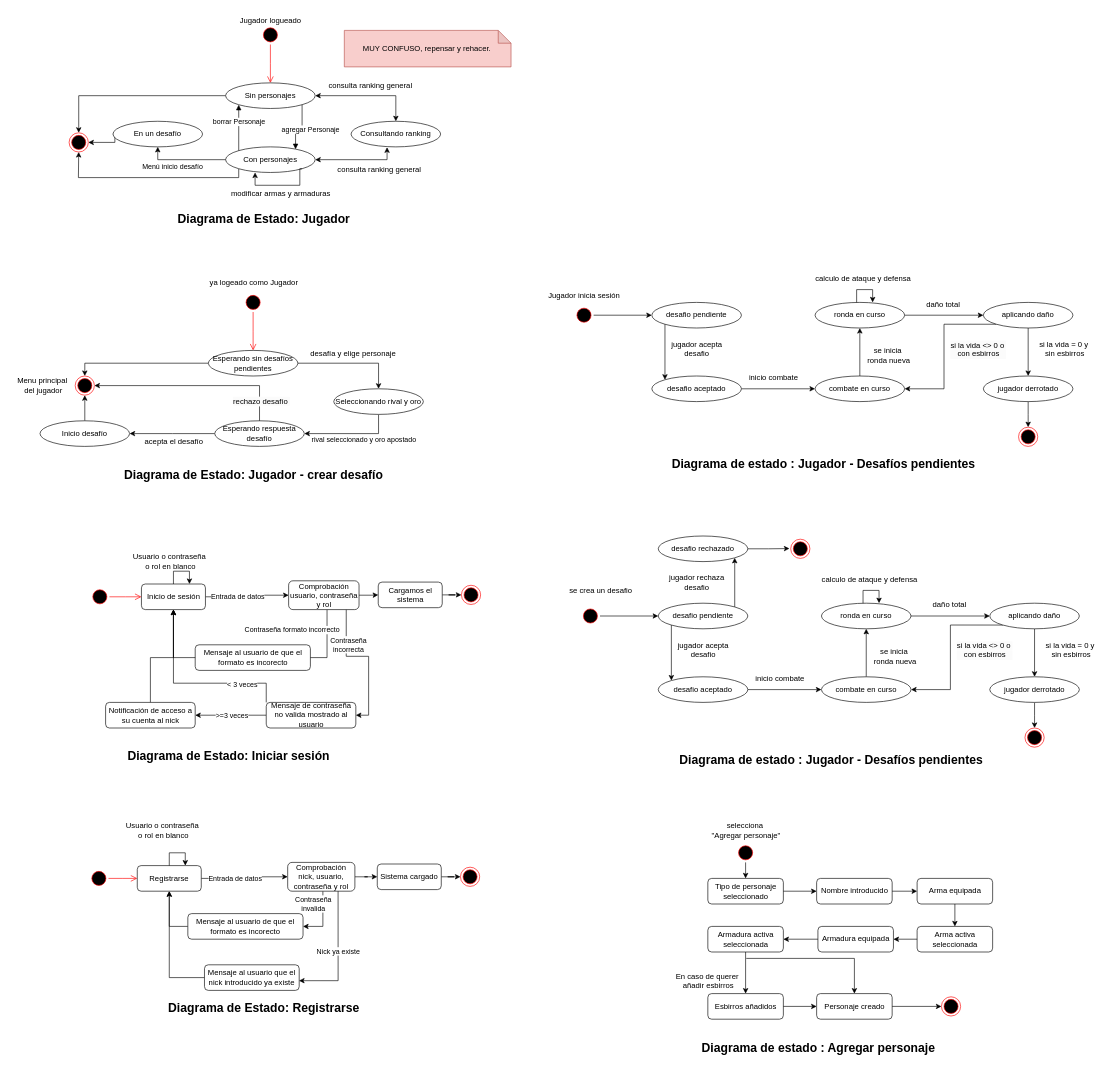
Jordigb44/Grupo3MP keeps this draw.io diagram as page "2aPt - Diagrama de Estados" (4 of 6) of Grupo3MetodologiaProgramacion.drawio. Above is the earlier version. Source tidied: cells renumbered, new cells numbered last; positions are measured from the earlier drawing's top-left corner, leaving out a move shared by most shapes. Both pictures are drawn from the tidied source at 64%, with x=0, y=0 at pixel (11, 11).
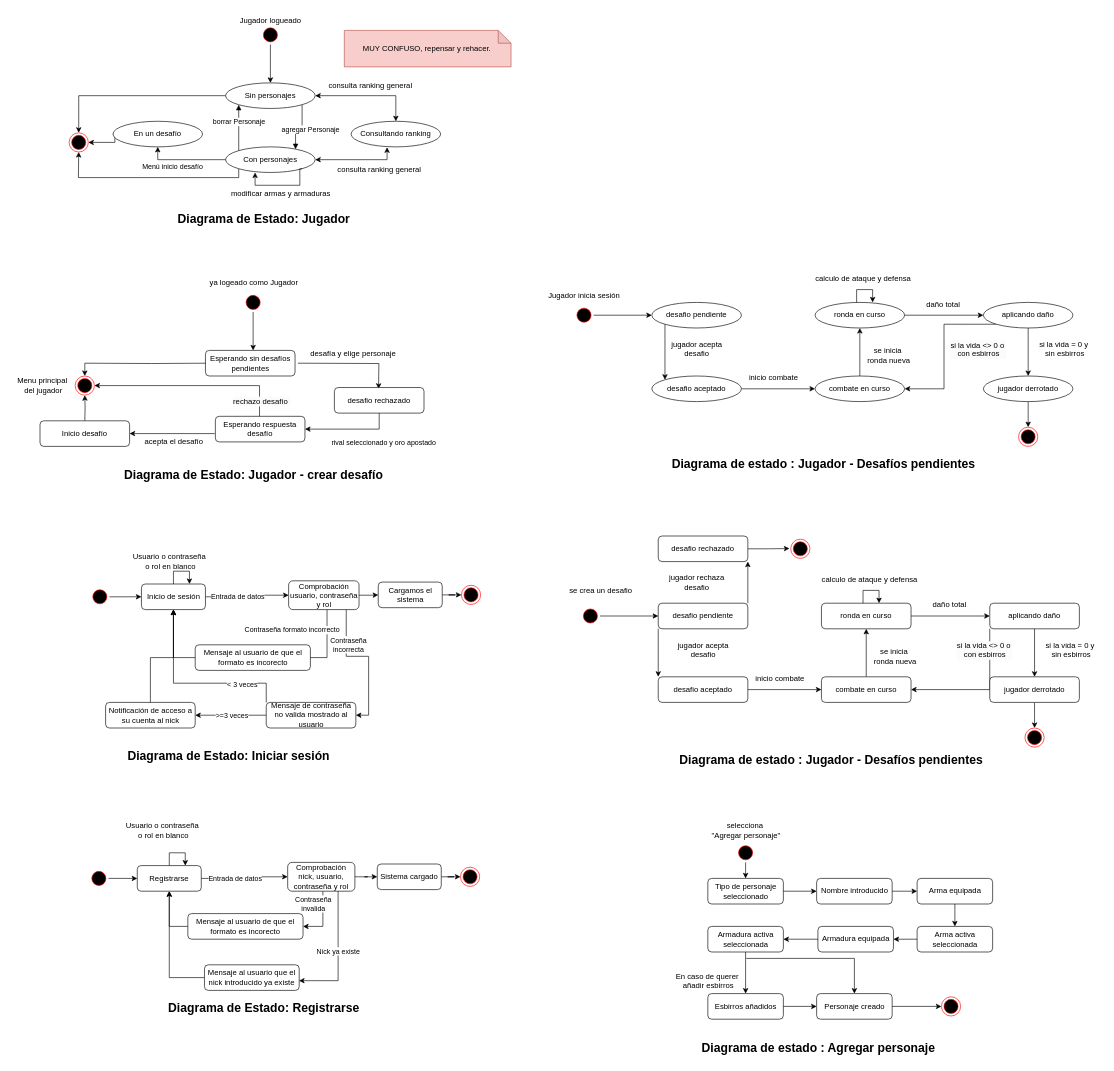
The same page after the edit.

Unchanged cells that the change refers to:
```xml
<mxCell id="2" style="ellipse;html=1;shape=startState;fillColor=#000000;strokeColor=#ff0000;" parent="1" vertex="1">
  <mxGeometry x="123.5" y="900" width="30" height="30" as="geometry" />
</mxCell>
<mxCell id="6" value="Inicio de sesión" style="whiteSpace=wrap;html=1;rounded=1;" parent="1" vertex="1">
  <mxGeometry x="203.5" y="895" width="100" height="40" as="geometry" />
</mxCell>
<mxCell id="19" style="ellipse;html=1;shape=startState;fillColor=#000000;strokeColor=#ff0000;" parent="1" vertex="1">
  <mxGeometry x="122" y="1340" width="30" height="30" as="geometry" />
</mxCell>
<mxCell id="23" value="Registrarse" style="whiteSpace=wrap;html=1;rounded=1;" parent="1" vertex="1">
  <mxGeometry x="197" y="1335" width="100" height="40" as="geometry" />
</mxCell>
<mxCell id="48" style="ellipse;html=1;shape=startState;fillColor=#000000;strokeColor=#ff0000;" parent="1" vertex="1">
  <mxGeometry x="390" y="22" width="30" height="30" as="geometry" />
</mxCell>
<mxCell id="52" value="Sin personajes" style="ellipse;whiteSpace=wrap;html=1;" parent="1" vertex="1">
  <mxGeometry x="335" y="112" width="140" height="40" as="geometry" />
</mxCell>
<mxCell id="70" style="ellipse;html=1;shape=startState;fillColor=#000000;strokeColor=#ff0000;" parent="1" vertex="1">
  <mxGeometry x="363" y="440" width="30" height="30" as="geometry" />
</mxCell>
<mxCell id="88" style="ellipse;html=1;shape=endState;fillColor=#000000;strokeColor=#ff0000;" parent="1" vertex="1">
  <mxGeometry x="100" y="570" width="30" height="30" as="geometry" />
</mxCell>
```

The edit, as a diff of the source:
```diff
@@
+    <mxCell id="171" style="edgeStyle=orthogonalEdgeStyle;rounded=0;jettySize=auto;html=1;exitX=1;exitY=0.5;exitDx=0;exitDy=0;entryX=0;entryY=0.5;entryDx=0;entryDy=0;" parent="1" edge="1" source="2" target="6">
+      <mxGeometry relative="1" as="geometry" />
+    </mxCell>
@@
-    <mxCell id="3" style="edgeStyle=orthogonalEdgeStyle;html=1;verticalAlign=bottom;endArrow=open;endSize=8;strokeColor=#ff0000;rounded=0;" parent="1" edge="1" source="2">
-      <mxGeometry relative="1" as="geometry">
-        <mxPoint x="203.5" y="915" as="targetPoint" />
-      </mxGeometry>
-    </mxCell>
@@
+    <mxCell id="172" style="edgeStyle=orthogonalEdgeStyle;rounded=0;jettySize=auto;html=1;" parent="1" edge="1" source="19" target="23">
+      <mxGeometry relative="1" as="geometry" />
+    </mxCell>
@@
-    <mxCell id="20" style="edgeStyle=orthogonalEdgeStyle;html=1;verticalAlign=bottom;endArrow=open;endSize=8;strokeColor=#ff0000;rounded=0;" parent="1" edge="1" source="19">
-      <mxGeometry relative="1" as="geometry">
-        <mxPoint x="197" y="1355" as="targetPoint" />
-      </mxGeometry>
-    </mxCell>
@@
+    <mxCell id="173" style="edgeStyle=orthogonalEdgeStyle;rounded=0;jettySize=auto;html=1;" parent="1" edge="1" source="48" target="52">
+      <mxGeometry relative="1" as="geometry" />
+    </mxCell>
@@
-    <mxCell id="49" style="edgeStyle=orthogonalEdgeStyle;html=1;verticalAlign=bottom;endArrow=open;endSize=8;strokeColor=#ff0000;rounded=0;exitX=0.5;exitY=1;exitDx=0;exitDy=0;" parent="1" edge="1" source="48">
-      <mxGeometry relative="1" as="geometry">
-        <mxPoint x="405" y="112" as="targetPoint" />
-      </mxGeometry>
-    </mxCell>
@@
+    <mxCell id="174" style="edgeStyle=orthogonalEdgeStyle;rounded=0;jettySize=auto;html=1;exitX=0.5;exitY=1;exitDx=0;exitDy=0;entryX=0.5;entryY=0;entryDx=0;entryDy=0;" parent="1" edge="1" source="70">
+      <mxGeometry relative="1" as="geometry">
+        <mxPoint x="378" y="530" as="targetPoint" />
+      </mxGeometry>
+    </mxCell>
@@
-    <mxCell id="71" style="edgeStyle=orthogonalEdgeStyle;html=1;verticalAlign=bottom;endArrow=open;endSize=8;strokeColor=#ff0000;rounded=0;exitX=0.5;exitY=1;exitDx=0;exitDy=0;" parent="1" edge="1" source="70">
-      <mxGeometry relative="1" as="geometry">
-        <mxPoint x="378" y="530" as="targetPoint" />
-      </mxGeometry>
-    </mxCell>
-    <mxCell id="72" style="edgeStyle=orthogonalEdgeStyle;rounded=0;jettySize=auto;html=1;entryX=0.5;entryY=0;entryDx=0;entryDy=0;exitX=1;exitY=0.5;exitDx=0;exitDy=0;" parent="1" edge="1" source="74" target="77">
-      <mxGeometry relative="1" as="geometry" />
+    <mxCell id="72" style="edgeStyle=orthogonalEdgeStyle;rounded=0;orthogonalLoop=1;jettySize=auto;html=1;entryX=0.5;entryY=0;entryDx=0;entryDy=0;exitX=1;exitY=0.5;exitDx=0;exitDy=0;" parent="1" edge="1">
+      <mxGeometry relative="1" as="geometry">
+        <mxPoint x="448" y="550" as="sourcePoint" />
+        <mxPoint x="574" y="590" as="targetPoint" />
+      </mxGeometry>
     </mxCell>
-    <mxCell id="73" style="edgeStyle=orthogonalEdgeStyle;rounded=0;jettySize=auto;html=1;exitX=0;exitY=0.5;exitDx=0;exitDy=0;entryX=0.5;entryY=0;entryDx=0;entryDy=0;" parent="1" edge="1" source="74" target="88">
-      <mxGeometry relative="1" as="geometry" />
+    <mxCell id="73" style="edgeStyle=orthogonalEdgeStyle;rounded=0;jettySize=auto;html=1;exitX=0;exitY=0.5;exitDx=0;exitDy=0;entryX=0.5;entryY=0;entryDx=0;entryDy=0;" parent="1" edge="1" target="88">
+      <mxGeometry relative="1" as="geometry">
+        <mxPoint x="308" y="550" as="sourcePoint" />
+      </mxGeometry>
     </mxCell>
-    <mxCell id="74" value="Esperando sin desafíos pendientes" style="ellipse;whiteSpace=wrap;html=1;" parent="1" vertex="1">
-      <mxGeometry x="308" y="530" width="140" height="40" as="geometry" />
-    </mxCell>
-    <mxCell id="75" style="edgeStyle=orthogonalEdgeStyle;rounded=0;jettySize=auto;html=1;exitX=0.5;exitY=1;exitDx=0;exitDy=0;entryX=1;entryY=0.5;entryDx=0;entryDy=0;" parent="1" edge="1" source="77" target="79">
-      <mxGeometry relative="1" as="geometry" />
-    </mxCell>
-    <mxCell id="76" value="rival seleccionado y oro apostado" style="edgeLabel;html=1;align=center;verticalAlign=middle;" parent="75" vertex="1">
-      <mxGeometry x="-0.26" y="8" relative="1" as="geometry" />
-    </mxCell>
-    <mxCell id="77" value="Seleccionando rival y oro" style="ellipse;whiteSpace=wrap;html=1;" parent="1" vertex="1">
-      <mxGeometry x="504" y="590" width="140" height="40" as="geometry" />
-    </mxCell>
-    <mxCell id="78" style="edgeStyle=orthogonalEdgeStyle;rounded=0;jettySize=auto;html=1;exitX=0;exitY=0.5;exitDx=0;exitDy=0;entryX=1;entryY=0.5;entryDx=0;entryDy=0;" parent="1" edge="1" source="79">
+    <mxCell id="78" style="edgeStyle=orthogonalEdgeStyle;rounded=0;orthogonalLoop=1;jettySize=auto;html=1;exitX=0;exitY=0.5;exitDx=0;exitDy=0;entryX=1;entryY=0.5;entryDx=0;entryDy=0;" parent="1" edge="1">
       <mxGeometry relative="1" as="geometry">
+        <mxPoint x="318" y="660" as="sourcePoint" />
         <mxPoint x="185" y="660" as="targetPoint" />
       </mxGeometry>
     </mxCell>
-    <mxCell id="79" value="Esperando respuesta desafío" style="ellipse;whiteSpace=wrap;html=1;" parent="1" vertex="1">
-      <mxGeometry x="318" y="640" width="140" height="40" as="geometry" />
-    </mxCell>
@@
-    <mxCell id="83" style="edgeStyle=orthogonalEdgeStyle;rounded=0;jettySize=auto;html=1;exitX=0.5;exitY=0;exitDx=0;exitDy=0;entryX=0.5;entryY=1;entryDx=0;entryDy=0;" parent="1" edge="1" source="84" target="88">
-      <mxGeometry relative="1" as="geometry" />
+    <mxCell id="83" style="edgeStyle=orthogonalEdgeStyle;rounded=0;jettySize=auto;html=1;exitX=0.5;exitY=0;exitDx=0;exitDy=0;entryX=0.5;entryY=1;entryDx=0;entryDy=0;" parent="1" edge="1" target="88">
+      <mxGeometry relative="1" as="geometry">
+        <mxPoint x="115" y="640" as="sourcePoint" />
+      </mxGeometry>
     </mxCell>
-    <mxCell id="84" value="Inicio desafío" style="ellipse;whiteSpace=wrap;html=1;" parent="1" vertex="1">
-      <mxGeometry x="45" y="640" width="140" height="40" as="geometry" />
-    </mxCell>
-    <mxCell id="85" style="edgeStyle=orthogonalEdgeStyle;rounded=0;jettySize=auto;html=1;exitX=0.5;exitY=0;exitDx=0;exitDy=0;entryX=1;entryY=0.5;entryDx=0;entryDy=0;" parent="1" edge="1" source="79" target="88">
+    <mxCell id="85" style="edgeStyle=orthogonalEdgeStyle;rounded=0;jettySize=auto;html=1;exitX=0.5;exitY=0;exitDx=0;exitDy=0;entryX=1;entryY=0.5;entryDx=0;entryDy=0;" parent="1" edge="1" target="88">
       <mxGeometry relative="1" as="geometry">
+        <mxPoint x="388" y="640" as="sourcePoint" />
         <Array as="points">
           <mxPoint x="388" y="585" />
         </Array>
       </mxGeometry>
     </mxCell>
@@
-    <mxCell id="94" value="desafio pendiente" style="ellipse;whiteSpace=wrap;html=1;portConstraintRotation=0;" parent="1" vertex="1">
+    <mxCell id="94" value="desafio pendiente" style="whiteSpace=wrap;html=1;rounded=1;" parent="1" vertex="1">
       <mxGeometry x="1011" y="925" width="140" height="40" as="geometry" />
     </mxCell>
@@
-    <mxCell id="96" value="desafio aceptado" style="ellipse;whiteSpace=wrap;html=1;portConstraintRotation=0;" parent="1" vertex="1">
+    <mxCell id="96" value="desafio aceptado" style="whiteSpace=wrap;html=1;rounded=1;" parent="1" vertex="1">
       <mxGeometry x="1011" y="1040" width="140" height="40" as="geometry" />
     </mxCell>
@@
-    <mxCell id="99" value="combate en curso" style="ellipse;whiteSpace=wrap;html=1;portConstraintRotation=0;" parent="1" vertex="1">
+    <mxCell id="99" value="combate en curso" style="whiteSpace=wrap;html=1;rounded=1;" parent="1" vertex="1">
       <mxGeometry x="1266" y="1040" width="140" height="40" as="geometry" />
     </mxCell>
@@
-    <mxCell id="102" value="desafio rechazado" style="ellipse;whiteSpace=wrap;html=1;portConstraintRotation=0;" parent="1" vertex="1">
+    <mxCell id="102" value="desafio rechazado" style="whiteSpace=wrap;html=1;rounded=1;" parent="1" vertex="1">
       <mxGeometry x="1011" y="820" width="140" height="40" as="geometry" />
     </mxCell>
@@
-    <mxCell id="105" value="ronda en curso" style="ellipse;whiteSpace=wrap;html=1;portConstraintRotation=0;" parent="1" vertex="1">
+    <mxCell id="105" value="ronda en curso" style="whiteSpace=wrap;html=1;rounded=1;" parent="1" vertex="1">
       <mxGeometry x="1266" y="925" width="140" height="40" as="geometry" />
     </mxCell>
@@
-    <mxCell id="111" value="aplicando daño" style="ellipse;whiteSpace=wrap;html=1;portConstraintRotation=0;" parent="1" vertex="1">
+    <mxCell id="111" value="aplicando daño" style="whiteSpace=wrap;html=1;rounded=1;" parent="1" vertex="1">
       <mxGeometry x="1529" y="925" width="140" height="40" as="geometry" />
     </mxCell>
@@
-    <mxCell id="114" value="jugador derrotado" style="ellipse;whiteSpace=wrap;html=1;portConstraintRotation=0;" parent="1" vertex="1">
+    <mxCell id="114" value="jugador derrotado" style="whiteSpace=wrap;html=1;rounded=1;" parent="1" vertex="1">
       <mxGeometry x="1529" y="1040" width="140" height="40" as="geometry" />
     </mxCell>
@@
+    <mxCell id="74" value="Esperando sin desafíos pendientes" style="whiteSpace=wrap;html=1;rounded=1;" parent="1" vertex="1">
+      <mxGeometry x="303.5" y="530" width="140" height="40" as="geometry" />
+    </mxCell>
+    <mxCell id="175" value="desafio rechazado" style="whiteSpace=wrap;html=1;rounded=1;" parent="1" vertex="1">
+      <mxGeometry x="505" y="588" width="140" height="40" as="geometry" />
+    </mxCell>
+    <mxCell id="76" value="rival seleccionado y oro apostado" style="edgeLabel;html=1;align=center;verticalAlign=middle;" parent="1" vertex="1">
+      <mxGeometry x="581" y="673" as="geometry" />
+    </mxCell>
+    <mxCell id="176" style="edgeStyle=orthogonalEdgeStyle;rounded=0;jettySize=auto;html=1;exitX=0.5;exitY=1;exitDx=0;exitDy=0;entryX=1;entryY=0.5;entryDx=0;entryDy=0;" parent="1" edge="1" source="175" target="79">
+      <mxGeometry relative="1" as="geometry" />
+    </mxCell>
+    <mxCell id="79" value="Esperando respuesta desafío" style="whiteSpace=wrap;html=1;rounded=1;" parent="1" vertex="1">
+      <mxGeometry x="319" y="633" width="140" height="40" as="geometry" />
+    </mxCell>
+    <mxCell id="84" value="Inicio desafío" style="whiteSpace=wrap;html=1;rounded=1;" parent="1" vertex="1">
+      <mxGeometry x="45" y="640" width="140" height="40" as="geometry" />
+    </mxCell>
```
